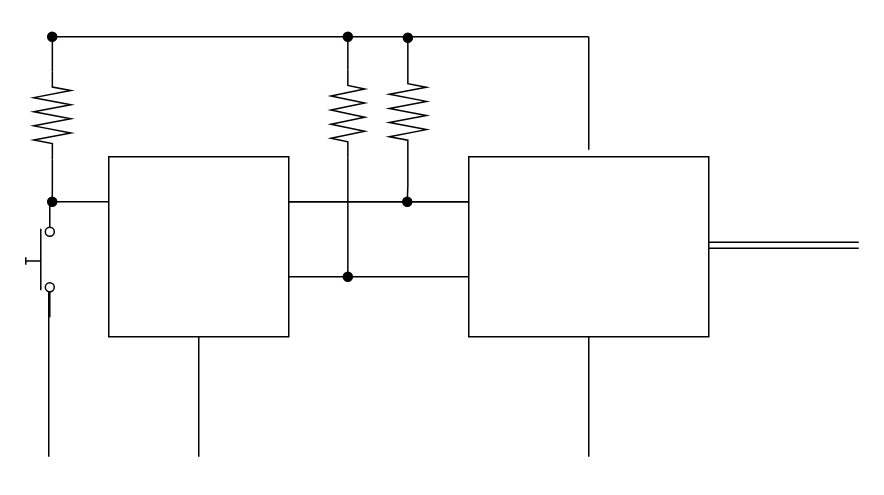
Earlier version of the draw.io diagram Untitled Diagram.drawio (koichiro61/i2c_between_DIgispark_and_Nano). Source tidied: cells renumbered, new cells numbered last; positions are measured from the earlier drawing's top-left corner, leaving out a move shared by most shapes. Both pictures are drawn from the tidied source at 150%, with x=0, y=0 at pixel (-16, 36).
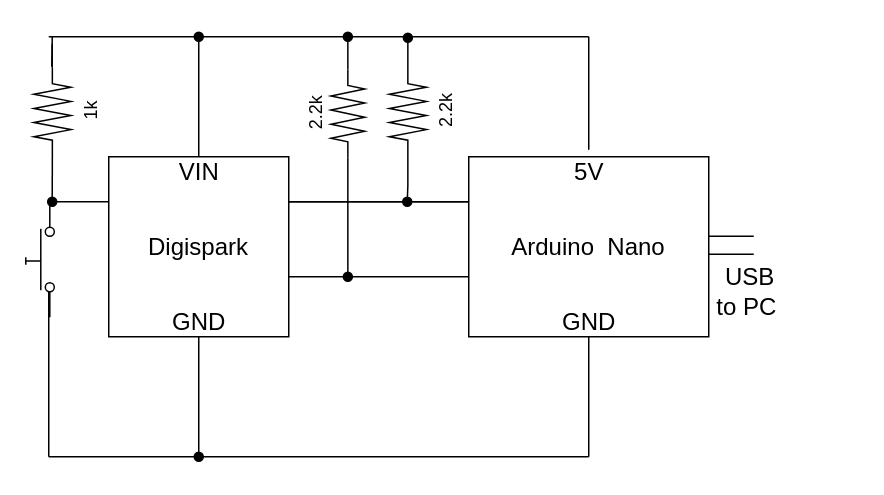
Above is the later version.

The edit, as a diff of the source:
```diff
@@
-    <mxCell id="2" style="whiteSpace=wrap;html=1;" parent="1" vertex="1">
+    <mxCell id="2" value="&lt;font style=&quot;font-size: 16px&quot;&gt;Digispark&lt;/font&gt;" style="whiteSpace=wrap;html=1;" parent="1" vertex="1">
       <mxGeometry x="83" y="80" width="120" height="120" as="geometry" />
     </mxCell>
-    <mxCell id="3" style="rounded=0;whiteSpace=wrap;html=1;" parent="1" vertex="1">
+    <mxCell id="3" value="Arduino &amp;nbsp;Nano" style="rounded=0;whiteSpace=wrap;html=1;fontSize=16;" parent="1" vertex="1">
       <mxGeometry x="323" y="80" width="160" height="120" as="geometry" />
     </mxCell>
@@
-    <mxCell id="9" style="verticalLabelPosition=bottom;shadow=0;dashed=0;align=center;html=1;verticalAlign=top;shape=mxgraph.electrical.resistors.resistor_2;rotation=-90;" parent="1" vertex="1">
+    <mxCell id="9" value="2.2k" style="verticalLabelPosition=top;shadow=0;dashed=0;align=center;html=1;verticalAlign=bottom;shape=mxgraph.electrical.resistors.resistor_2;rotation=-90;labelPosition=center;" parent="1" vertex="1">
       <mxGeometry x="213" y="40" width="58.8" height="22.5" as="geometry" />
     </mxCell>
@@
-    <mxCell id="12" style="verticalLabelPosition=bottom;shadow=0;dashed=0;align=center;html=1;verticalAlign=top;shape=mxgraph.electrical.resistors.resistor_2;rotation=-90;" parent="1" vertex="1">
+    <mxCell id="12" value="2.2k" style="verticalLabelPosition=bottom;shadow=0;dashed=0;align=center;html=1;verticalAlign=top;shape=mxgraph.electrical.resistors.resistor_2;rotation=-90;labelPosition=center;" parent="1" vertex="1">
       <mxGeometry x="253" y="37.8" width="58.8" height="24.7" as="geometry" />
     </mxCell>
@@
-    <mxCell id="14" style="edgeStyle=orthogonalEdgeStyle;rounded=0;jettySize=auto;html=1;startArrow=none;startFill=0;endArrow=oval;endFill=1;" parent="1" edge="1" source="16">
+    <mxCell id="14" style="edgeStyle=orthogonalEdgeStyle;rounded=0;jettySize=auto;html=1;startArrow=none;startFill=0;endArrow=oval;endFill=1;exitX=0;exitY=0.5;exitDx=0;exitDy=0;exitPerimeter=0;" parent="1" edge="1" source="27">
       <mxGeometry relative="1" as="geometry">
         <mxPoint x="45.3" y="110" as="targetPoint" />
       </mxGeometry>
     </mxCell>
-    <mxCell id="15" style="edgeStyle=orthogonalEdgeStyle;rounded=0;jettySize=auto;html=1;startArrow=none;startFill=0;endArrow=oval;endFill=1;" parent="1" edge="1" source="16">
+    <mxCell id="15" style="rounded=0;orthogonalLoop=1;jettySize=auto;html=1;startArrow=none;startFill=0;endArrow=none;endFill=0;" parent="1" edge="1">
       <mxGeometry relative="1" as="geometry">
-        <mxPoint x="45.3" as="targetPoint" />
+        <mxPoint x="43" as="sourcePoint" />
+        <mxPoint x="403" as="targetPoint" />
       </mxGeometry>
     </mxCell>
-    <mxCell id="16" style="verticalLabelPosition=bottom;shadow=0;dashed=0;align=center;html=1;verticalAlign=top;shape=mxgraph.electrical.resistors.resistor_2;rotation=-90;" parent="1" vertex="1">
-      <mxGeometry x="16" y="40" width="58.8" height="24.7" as="geometry" />
-    </mxCell>
+    <mxCell id="24" style="edgeStyle=none;rounded=0;orthogonalLoop=1;jettySize=auto;html=1;startArrow=none;startFill=0;endArrow=none;endFill=0;targetPerimeterSpacing=1;entryX=1;entryY=0.5;entryDx=0;entryDy=0;entryPerimeter=0;" parent="1" edge="1">
+      <mxGeometry relative="1" as="geometry">
+        <mxPoint x="45" y="20" as="sourcePoint" />
+        <mxPoint x="45.3" y="4.7" as="targetPoint" />
+      </mxGeometry>
+    </mxCell>
@@
-    <mxCell id="18" style="endArrow=none;html=1;entryX=0.5;entryY=1;entryDx=0;entryDy=0;" parent="1" edge="1" target="2">
-      <mxGeometry relative="1" as="geometry">
-        <mxPoint x="143" y="280" as="sourcePoint" />
-        <Array as="points">
-          <mxPoint x="143" y="230" />
-        </Array>
-      </mxGeometry>
+    <mxCell id="18" style="endArrow=none;html=1;entryX=0.5;entryY=1;entryDx=0;entryDy=0;targetPerimeterSpacing=1;startArrow=none;startFill=1;" parent="1" edge="1" source="31" target="2">
+      <mxGeometry relative="1" as="geometry" />
     </mxCell>
@@
-    <mxCell id="20" style="endArrow=none;html=1;" parent="1" edge="1">
-      <mxGeometry relative="1" as="geometry">
-        <mxPoint x="45" as="sourcePoint" />
-        <mxPoint x="403" as="targetPoint" />
-        <Array as="points">
-          <mxPoint x="123" />
-        </Array>
-      </mxGeometry>
-    </mxCell>
@@
-    <mxCell id="23" style="shape=link;html=1;startArrow=none;startFill=0;endArrow=oval;endFill=1;" parent="1" edge="1">
+    <mxCell id="23" style="shape=link;html=1;startArrow=none;startFill=0;endArrow=oval;endFill=1;width=12;" parent="1" edge="1">
       <mxGeometry relative="1" as="geometry">
         <mxPoint x="483" y="139" as="sourcePoint" />
-        <mxPoint x="583" y="139" as="targetPoint" />
-        <Array as="points">
-          <mxPoint x="543" y="139" />
-        </Array>
+        <mxPoint x="513" y="139" as="targetPoint" />
       </mxGeometry>
     </mxCell>
+    <mxCell id="25" style="endArrow=none;html=1;" parent="1" edge="1">
+      <mxGeometry relative="1" as="geometry">
+        <mxPoint x="43" y="280" as="sourcePoint" />
+        <mxPoint x="403" y="280" as="targetPoint" />
+      </mxGeometry>
+    </mxCell>
+    <mxCell id="26" style="edgeStyle=none;rounded=0;jettySize=auto;html=1;startArrow=none;startFill=0;endArrow=none;endFill=0;targetPerimeterSpacing=1;" parent="1" edge="1" source="27">
+      <mxGeometry relative="1" as="geometry">
+        <mxPoint x="45.3" as="targetPoint" />
+      </mxGeometry>
+    </mxCell>
+    <mxCell id="27" value="1k" style="verticalLabelPosition=bottom;shadow=0;dashed=0;align=center;html=1;verticalAlign=top;shape=mxgraph.electrical.resistors.resistor_2;rotation=-90;" parent="1" vertex="1">
+      <mxGeometry x="16" y="37.8" width="58.8" height="24.7" as="geometry" />
+    </mxCell>
+    <mxCell id="28" style="endArrow=oval;html=1;fontSize=16;exitX=0.5;exitY=0;exitDx=0;exitDy=0;endFill=1;" parent="1" edge="1" source="2">
+      <mxGeometry relative="1" as="geometry">
+        <mxPoint x="143" as="targetPoint" />
+      </mxGeometry>
+    </mxCell>
+    <mxCell id="29" value="VIN" style="text;html=1;align=center;verticalAlign=middle;fillColor=none;strokeColor=none;rounded=0;fontSize=16;" parent="1" vertex="1">
+      <mxGeometry x="123" y="80" width="40" height="20" as="geometry" />
+    </mxCell>
+    <mxCell id="30" value="5V" style="text;html=1;align=center;verticalAlign=middle;fillColor=none;strokeColor=none;rounded=0;fontSize=16;" parent="1" vertex="1">
+      <mxGeometry x="383" y="80" width="40" height="20" as="geometry" />
+    </mxCell>
+    <mxCell id="31" value="GND" style="text;html=1;align=center;verticalAlign=middle;points=[];fillColor=none;strokeColor=none;rounded=0;fontSize=16;" parent="1" vertex="1">
+      <mxGeometry x="118" y="180" width="50" height="20" as="geometry" />
+    </mxCell>
+    <mxCell id="32" style="endArrow=none;html=1;entryX=0.5;entryY=1;entryDx=0;entryDy=0;startArrow=oval;startFill=1;" parent="1" edge="1" target="31">
+      <mxGeometry relative="1" as="geometry">
+        <mxPoint x="143" y="280" as="sourcePoint" />
+      </mxGeometry>
+    </mxCell>
+    <mxCell id="33" value="GND" style="text;html=1;align=center;verticalAlign=middle;fillColor=none;strokeColor=none;rounded=0;fontSize=16;" parent="1" vertex="1">
+      <mxGeometry x="378" y="180" width="50" height="20" as="geometry" />
+    </mxCell>
+    <mxCell id="34" value="&amp;nbsp;USB&lt;br&gt;to PC" style="text;html=1;align=center;verticalAlign=middle;fillColor=none;strokeColor=none;rounded=0;fontSize=16;" parent="1" vertex="1">
+      <mxGeometry x="478" y="150" width="60" height="40" as="geometry" />
+    </mxCell>
```
